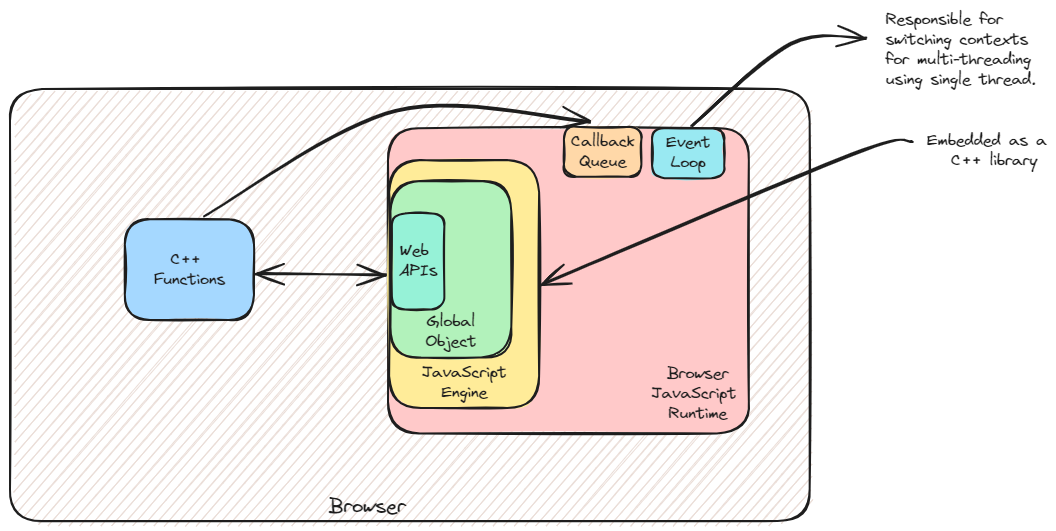
swaroopar/inprogress-engineer keeps this Excalidraw diagram as static/img/javascript-runtime.excalidraw.png. Above is the earlier version. Source tidied: one line per element, renumbered; positions are measured from the earlier drawing's top-left corner, leaving out a move shared by most shapes. Its diagram source:
```json
{"id": 0, "type": "rectangle", "strokeColor": "#1e1e1e", "backgroundColor": "#eaddd7", "fillStyle": "hachure", "strokeWidth": 2, "roughness": 1, "round": true, "x": 0, "y": 79, "width": 800, "height": 432}
{"id": 1, "type": "text", "text": "Browser", "strokeColor": "#1e1e1e", "strokeWidth": 2, "roughness": 1, "fontSize": 20, "fontFamily": 1, "x": 319, "y": 484, "width": 77, "height": 25}
{"id": 2, "type": "rectangle", "strokeColor": "#1e1e1e", "backgroundColor": "#ffc9c9", "fillStyle": "solid", "strokeWidth": 2, "roughness": 1, "round": true, "x": 378, "y": 118, "width": 361, "height": 305}
{"id": 3, "type": "text", "text": "Embedded as a\n   C++ library", "strokeColor": "#1e1e1e", "backgroundColor": "#ffc9c9", "fillStyle": "solid", "strokeWidth": 2, "roughness": 1, "fontSize": 16, "fontFamily": 1, "x": 917, "y": 121, "width": 120, "height": 40}
{"id": 4, "type": "arrow", "strokeColor": "#1e1e1e", "backgroundColor": "#ffc9c9", "fillStyle": "solid", "strokeWidth": 2, "roughness": 1, "endArrowhead": "arrow", "round": true, "from": 3, "to": 5, "x": 902, "y": 132, "width": 369, "height": 142, "points": [[0, 0], [-59, 13], [-369, 142]]}
{"id": 5, "type": "rectangle", "strokeColor": "#1e1e1e", "backgroundColor": "#ffec99", "fillStyle": "solid", "strokeWidth": 2, "roughness": 1, "round": true, "x": 379, "y": 150, "width": 150, "height": 248}
{"id": 6, "type": "text", "text": "JavaScript\nEngine", "strokeColor": "#1e1e1e", "backgroundColor": "#a5d8ff", "fillStyle": "solid", "strokeWidth": 2, "roughness": 1, "fontSize": 16, "fontFamily": 1, "textAlign": "center", "verticalAlign": "bottom", "inside": 5, "x": 412, "y": 353, "width": 85, "height": 40}
{"id": 7, "type": "rectangle", "strokeColor": "#1e1e1e", "backgroundColor": "#a5d8ff", "fillStyle": "solid", "strokeWidth": 2, "roughness": 1, "round": true, "x": 115, "y": 209, "width": 129, "height": 101}
{"id": 8, "type": "text", "text": "C++ \nFunctions", "strokeColor": "#1e1e1e", "backgroundColor": "#a5d8ff", "fillStyle": "solid", "strokeWidth": 2, "roughness": 1, "fontSize": 16, "fontFamily": 1, "textAlign": "center", "verticalAlign": "middle", "inside": 7, "x": 144, "y": 240, "width": 71, "height": 40}
{"id": 9, "type": "arrow", "strokeColor": "#1e1e1e", "backgroundColor": "#a5d8ff", "fillStyle": "solid", "strokeWidth": 2, "roughness": 1, "startArrowhead": "arrow", "endArrowhead": "arrow", "round": true, "from": 7, "to": 12, "x": 246, "y": 264, "width": 129, "height": 0, "points": [[0, 0], [129, 0]]}
{"id": 10, "type": "rectangle", "strokeColor": "#1e1e1e", "backgroundColor": "#b2f2bb", "fillStyle": "solid", "strokeWidth": 2, "roughness": 1, "round": true, "x": 380, "y": 171, "width": 121, "height": 176}
{"id": 11, "type": "text", "text": "Global\nObject", "strokeColor": "#1e1e1e", "backgroundColor": "#b2f2bb", "fillStyle": "solid", "strokeWidth": 2, "roughness": 1, "fontSize": 16, "fontFamily": 1, "textAlign": "center", "verticalAlign": "bottom", "inside": 10, "x": 415, "y": 302, "width": 51, "height": 40}
{"id": 12, "type": "rectangle", "strokeColor": "#1e1e1e", "backgroundColor": "#96f2d7", "fillStyle": "solid", "strokeWidth": 2, "roughness": 1, "round": true, "x": 382, "y": 203, "width": 52, "height": 96}
{"id": 13, "type": "text", "text": "Web \nAPIs", "strokeColor": "#1e1e1e", "strokeWidth": 2, "roughness": 1, "fontSize": 16, "fontFamily": 1, "textAlign": "center", "verticalAlign": "middle", "inside": 12, "x": 389, "y": 231, "width": 38, "height": 40}
{"id": 14, "type": "rectangle", "strokeColor": "#1e1e1e", "backgroundColor": "#ffd8a8", "fillStyle": "solid", "strokeWidth": 2, "roughness": 1, "round": true, "x": 554, "y": 117, "width": 78, "height": 50}
{"id": 15, "type": "text", "text": "Callback\nQueue", "strokeColor": "#1e1e1e", "strokeWidth": 2, "roughness": 1, "fontSize": 16, "fontFamily": 1, "textAlign": "center", "verticalAlign": "middle", "inside": 14, "x": 561, "y": 122, "width": 64, "height": 40}
{"id": 16, "type": "arrow", "strokeColor": "#1e1e1e", "backgroundColor": "#ffd8a8", "fillStyle": "solid", "strokeWidth": 2, "roughness": 1, "endArrowhead": "arrow", "round": true, "from": 7, "to": 14, "x": 195, "y": 202, "width": 384, "height": 106, "points": [[0, 4], [191, -102], [384, -91]]}
{"id": 17, "type": "rectangle", "strokeColor": "#1e1e1e", "backgroundColor": "#99e9f2", "fillStyle": "solid", "strokeWidth": 2, "roughness": 1, "round": true, "x": 642, "y": 118, "width": 72, "height": 50}
{"id": 18, "type": "text", "text": "Event\nLoop", "strokeColor": "#1e1e1e", "backgroundColor": "#99e9f2", "fillStyle": "solid", "strokeWidth": 2, "roughness": 1, "fontSize": 16, "fontFamily": 1, "textAlign": "center", "verticalAlign": "middle", "inside": 17, "x": 656, "y": 123, "width": 44, "height": 40}
{"id": 19, "type": "text", "text": "Responsible for \nswitching contexts \nfor multi-threading \nusing single thread.", "strokeColor": "#1e1e1e", "backgroundColor": "#99e9f2", "fillStyle": "solid", "strokeWidth": 2, "roughness": 1, "fontSize": 16, "fontFamily": 1, "x": 875, "y": 0, "width": 153, "height": 80}
{"id": 20, "type": "arrow", "strokeColor": "#1e1e1e", "backgroundColor": "#99e9f2", "fillStyle": "solid", "strokeWidth": 2, "roughness": 1, "endArrowhead": "arrow", "round": true, "from": 17, "to": 19, "x": 682, "y": 115, "width": 175, "height": 87, "points": [[0, 0], [100, -81], [175, -87]]}
{"id": 21, "type": "text", "text": "Browser\nJavaScript \nRuntime", "strokeColor": "#1e1e1e", "backgroundColor": "#99e9f2", "fillStyle": "solid", "strokeWidth": 2, "roughness": 1, "fontSize": 16, "fontFamily": 1, "textAlign": "center", "x": 641, "y": 354, "width": 93, "height": 60}
```
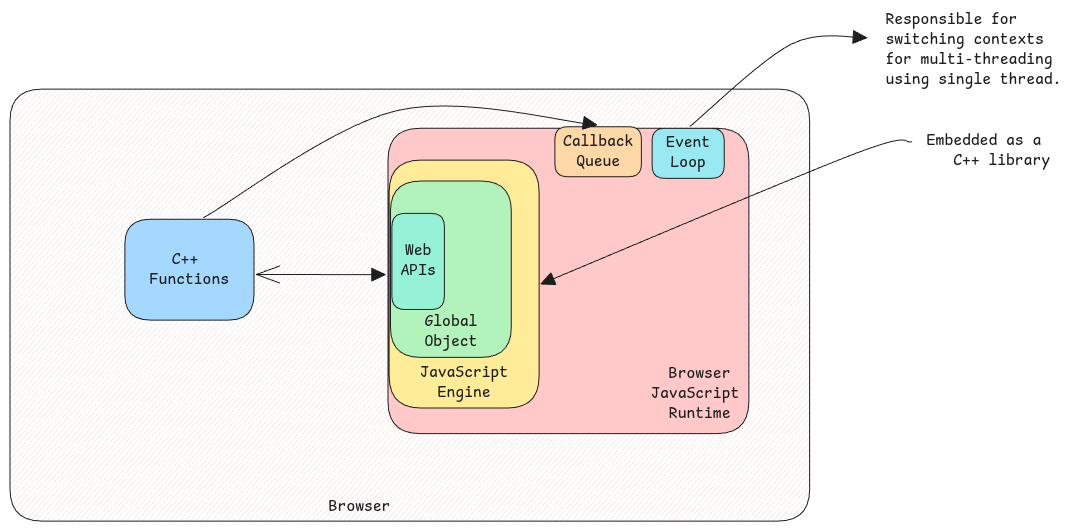
The same diagram one commit later.

Change to the diagram source:
```diff
@@ -1,22 +1,22 @@
-{"id": 0, "type": "rectangle", "strokeColor": "#1e1e1e", "backgroundColor": "#eaddd7", "fillStyle": "hachure", "strokeWidth": 2, "roughness": 1, "round": true, "x": 0, "y": 79, "width": 800, "height": 432}
+{"id": 0, "type": "rectangle", "strokeColor": "#1e1e1e", "backgroundColor": "#eaddd7", "fillStyle": "hachure", "strokeWidth": 1, "roughness": 0, "round": true, "x": 0, "y": 79, "width": 800, "height": 432}
-{"id": 1, "type": "text", "text": "Browser", "strokeColor": "#1e1e1e", "strokeWidth": 2, "roughness": 1, "fontSize": 20, "fontFamily": 1, "x": 319, "y": 484, "width": 77, "height": 25}
+{"id": 1, "type": "text", "text": "Browser", "strokeColor": "#1e1e1e", "strokeWidth": 1, "roughness": 0, "fontSize": 16, "fontFamily": 8, "x": 319, "y": 487, "width": 62, "height": 20}
-{"id": 2, "type": "rectangle", "strokeColor": "#1e1e1e", "backgroundColor": "#ffc9c9", "fillStyle": "solid", "strokeWidth": 2, "roughness": 1, "round": true, "x": 378, "y": 118, "width": 361, "height": 305}
+{"id": 2, "type": "rectangle", "strokeColor": "#1e1e1e", "backgroundColor": "#ffc9c9", "fillStyle": "solid", "strokeWidth": 1, "roughness": 0, "round": true, "x": 378, "y": 118, "width": 361, "height": 305}
-{"id": 3, "type": "text", "text": "Embedded as a\n   C++ library", "strokeColor": "#1e1e1e", "backgroundColor": "#ffc9c9", "fillStyle": "solid", "strokeWidth": 2, "roughness": 1, "fontSize": 16, "fontFamily": 1, "x": 917, "y": 121, "width": 120, "height": 40}
+{"id": 3, "type": "text", "text": "Embedded as a\n   C++ library", "strokeColor": "#1e1e1e", "backgroundColor": "#ffc9c9", "fillStyle": "solid", "strokeWidth": 1, "roughness": 0, "fontSize": 16, "fontFamily": 8, "x": 917, "y": 121, "width": 123, "height": 40}
-{"id": 4, "type": "arrow", "strokeColor": "#1e1e1e", "backgroundColor": "#ffc9c9", "fillStyle": "solid", "strokeWidth": 2, "roughness": 1, "endArrowhead": "arrow", "round": true, "from": 3, "to": 5, "x": 902, "y": 132, "width": 369, "height": 142, "points": [[0, 0], [-59, 13], [-369, 142]]}
+{"id": 4, "type": "arrow", "strokeColor": "#1e1e1e", "backgroundColor": "#ffc9c9", "fillStyle": "solid", "strokeWidth": 1, "roughness": 0, "endArrowhead": "triangle", "round": true, "from": 3, "to": 5, "x": 902, "y": 132, "width": 371, "height": 142, "points": [[0, 0], [-59, 13], [-371, 142]]}
-{"id": 5, "type": "rectangle", "strokeColor": "#1e1e1e", "backgroundColor": "#ffec99", "fillStyle": "solid", "strokeWidth": 2, "roughness": 1, "round": true, "x": 379, "y": 150, "width": 150, "height": 248}
+{"id": 5, "type": "rectangle", "strokeColor": "#1e1e1e", "backgroundColor": "#ffec99", "fillStyle": "solid", "strokeWidth": 1, "roughness": 0, "round": true, "x": 379, "y": 150, "width": 150, "height": 248}
-{"id": 6, "type": "text", "text": "JavaScript\nEngine", "strokeColor": "#1e1e1e", "backgroundColor": "#a5d8ff", "fillStyle": "solid", "strokeWidth": 2, "roughness": 1, "fontSize": 16, "fontFamily": 1, "textAlign": "center", "verticalAlign": "bottom", "inside": 5, "x": 412, "y": 353, "width": 85, "height": 40}
+{"id": 6, "type": "text", "text": "JavaScript\nEngine", "strokeColor": "#1e1e1e", "backgroundColor": "#a5d8ff", "fillStyle": "solid", "strokeWidth": 2, "roughness": 1, "fontSize": 16, "fontFamily": 8, "textAlign": "center", "verticalAlign": "bottom", "inside": 5, "x": 410, "y": 353, "width": 88, "height": 40}
-{"id": 7, "type": "rectangle", "strokeColor": "#1e1e1e", "backgroundColor": "#a5d8ff", "fillStyle": "solid", "strokeWidth": 2, "roughness": 1, "round": true, "x": 115, "y": 209, "width": 129, "height": 101}
+{"id": 7, "type": "rectangle", "strokeColor": "#1e1e1e", "backgroundColor": "#a5d8ff", "fillStyle": "solid", "strokeWidth": 1, "roughness": 0, "round": true, "x": 115, "y": 209, "width": 129, "height": 101}
-{"id": 8, "type": "text", "text": "C++ \nFunctions", "strokeColor": "#1e1e1e", "backgroundColor": "#a5d8ff", "fillStyle": "solid", "strokeWidth": 2, "roughness": 1, "fontSize": 16, "fontFamily": 1, "textAlign": "center", "verticalAlign": "middle", "inside": 7, "x": 144, "y": 240, "width": 71, "height": 40}
+{"id": 8, "type": "text", "text": "C++ \nFunctions", "strokeColor": "#1e1e1e", "backgroundColor": "#a5d8ff", "fillStyle": "solid", "strokeWidth": 2, "roughness": 1, "fontSize": 16, "fontFamily": 8, "textAlign": "center", "verticalAlign": "middle", "inside": 7, "x": 140, "y": 240, "width": 79, "height": 40}
-{"id": 9, "type": "arrow", "strokeColor": "#1e1e1e", "backgroundColor": "#a5d8ff", "fillStyle": "solid", "strokeWidth": 2, "roughness": 1, "startArrowhead": "arrow", "endArrowhead": "arrow", "round": true, "from": 7, "to": 12, "x": 246, "y": 264, "width": 129, "height": 0, "points": [[0, 0], [129, 0]]}
+{"id": 9, "type": "arrow", "strokeColor": "#1e1e1e", "backgroundColor": "#a5d8ff", "fillStyle": "solid", "strokeWidth": 1, "roughness": 0, "startArrowhead": "arrow", "endArrowhead": "triangle", "round": true, "from": 7, "to": 12, "x": 246, "y": 264, "width": 129, "height": 0, "points": [[0, 0], [129, 0]]}
-{"id": 10, "type": "rectangle", "strokeColor": "#1e1e1e", "backgroundColor": "#b2f2bb", "fillStyle": "solid", "strokeWidth": 2, "roughness": 1, "round": true, "x": 380, "y": 171, "width": 121, "height": 176}
+{"id": 10, "type": "rectangle", "strokeColor": "#1e1e1e", "backgroundColor": "#b2f2bb", "fillStyle": "solid", "strokeWidth": 1, "roughness": 0, "round": true, "x": 380, "y": 171, "width": 121, "height": 176}
-{"id": 11, "type": "text", "text": "Global\nObject", "strokeColor": "#1e1e1e", "backgroundColor": "#b2f2bb", "fillStyle": "solid", "strokeWidth": 2, "roughness": 1, "fontSize": 16, "fontFamily": 1, "textAlign": "center", "verticalAlign": "bottom", "inside": 10, "x": 415, "y": 302, "width": 51, "height": 40}
+{"id": 11, "type": "text", "text": "Global\nObject", "strokeColor": "#1e1e1e", "backgroundColor": "#b2f2bb", "fillStyle": "solid", "strokeWidth": 2, "roughness": 1, "fontSize": 16, "fontFamily": 8, "textAlign": "center", "verticalAlign": "bottom", "inside": 10, "x": 414, "y": 302, "width": 53, "height": 40}
-{"id": 12, "type": "rectangle", "strokeColor": "#1e1e1e", "backgroundColor": "#96f2d7", "fillStyle": "solid", "strokeWidth": 2, "roughness": 1, "round": true, "x": 382, "y": 203, "width": 52, "height": 96}
+{"id": 12, "type": "rectangle", "strokeColor": "#1e1e1e", "backgroundColor": "#96f2d7", "fillStyle": "solid", "strokeWidth": 1, "roughness": 0, "round": true, "x": 382, "y": 203, "width": 52, "height": 96}
-{"id": 13, "type": "text", "text": "Web \nAPIs", "strokeColor": "#1e1e1e", "strokeWidth": 2, "roughness": 1, "fontSize": 16, "fontFamily": 1, "textAlign": "center", "verticalAlign": "middle", "inside": 12, "x": 389, "y": 231, "width": 38, "height": 40}
+{"id": 13, "type": "text", "text": "Web\nAPIs", "strokeColor": "#1e1e1e", "strokeWidth": 2, "roughness": 1, "fontSize": 16, "fontFamily": 8, "textAlign": "center", "verticalAlign": "middle", "inside": 12, "x": 391, "y": 231, "width": 35, "height": 40}
-{"id": 14, "type": "rectangle", "strokeColor": "#1e1e1e", "backgroundColor": "#ffd8a8", "fillStyle": "solid", "strokeWidth": 2, "roughness": 1, "round": true, "x": 554, "y": 117, "width": 78, "height": 50}
+{"id": 14, "type": "rectangle", "strokeColor": "#1e1e1e", "backgroundColor": "#ffd8a8", "fillStyle": "solid", "strokeWidth": 1, "roughness": 0, "round": true, "x": 545, "y": 117, "width": 86, "height": 50}
-{"id": 15, "type": "text", "text": "Callback\nQueue", "strokeColor": "#1e1e1e", "strokeWidth": 2, "roughness": 1, "fontSize": 16, "fontFamily": 1, "textAlign": "center", "verticalAlign": "middle", "inside": 14, "x": 561, "y": 122, "width": 64, "height": 40}
+{"id": 15, "type": "text", "text": "Callback\nQueue", "strokeColor": "#1e1e1e", "strokeWidth": 2, "roughness": 1, "fontSize": 16, "fontFamily": 8, "textAlign": "center", "verticalAlign": "middle", "inside": 14, "x": 553, "y": 122, "width": 70, "height": 40}
-{"id": 16, "type": "arrow", "strokeColor": "#1e1e1e", "backgroundColor": "#ffd8a8", "fillStyle": "solid", "strokeWidth": 2, "roughness": 1, "endArrowhead": "arrow", "round": true, "from": 7, "to": 14, "x": 195, "y": 202, "width": 384, "height": 106, "points": [[0, 4], [191, -102], [384, -91]]}
+{"id": 16, "type": "arrow", "strokeColor": "#1e1e1e", "backgroundColor": "#ffd8a8", "fillStyle": "solid", "strokeWidth": 1, "roughness": 0, "endArrowhead": "triangle", "round": true, "from": 7, "to": 14, "x": 193, "y": 208, "width": 393, "height": 107, "points": [[0, 0], [193, -107], [393, -93]]}
-{"id": 17, "type": "rectangle", "strokeColor": "#1e1e1e", "backgroundColor": "#99e9f2", "fillStyle": "solid", "strokeWidth": 2, "roughness": 1, "round": true, "x": 642, "y": 118, "width": 72, "height": 50}
+{"id": 17, "type": "rectangle", "strokeColor": "#1e1e1e", "backgroundColor": "#99e9f2", "fillStyle": "solid", "strokeWidth": 1, "roughness": 0, "round": true, "x": 642, "y": 118, "width": 72, "height": 50}
-{"id": 18, "type": "text", "text": "Event\nLoop", "strokeColor": "#1e1e1e", "backgroundColor": "#99e9f2", "fillStyle": "solid", "strokeWidth": 2, "roughness": 1, "fontSize": 16, "fontFamily": 1, "textAlign": "center", "verticalAlign": "middle", "inside": 17, "x": 656, "y": 123, "width": 44, "height": 40}
+{"id": 18, "type": "text", "text": "Event\nLoop", "strokeColor": "#1e1e1e", "backgroundColor": "#99e9f2", "fillStyle": "solid", "strokeWidth": 2, "roughness": 1, "fontSize": 16, "fontFamily": 8, "textAlign": "center", "verticalAlign": "middle", "inside": 17, "x": 656, "y": 123, "width": 44, "height": 40}
-{"id": 19, "type": "text", "text": "Responsible for \nswitching contexts \nfor multi-threading \nusing single thread.", "strokeColor": "#1e1e1e", "backgroundColor": "#99e9f2", "fillStyle": "solid", "strokeWidth": 2, "roughness": 1, "fontSize": 16, "fontFamily": 1, "x": 875, "y": 0, "width": 153, "height": 80}
+{"id": 19, "type": "text", "text": "Responsible for \nswitching contexts \nfor multi-threading \nusing single thread.", "strokeColor": "#1e1e1e", "backgroundColor": "#99e9f2", "fillStyle": "solid", "strokeWidth": 1, "roughness": 0, "fontSize": 16, "fontFamily": 8, "x": 875, "y": 0, "width": 176, "height": 80}
-{"id": 20, "type": "arrow", "strokeColor": "#1e1e1e", "backgroundColor": "#99e9f2", "fillStyle": "solid", "strokeWidth": 2, "roughness": 1, "endArrowhead": "arrow", "round": true, "from": 17, "to": 19, "x": 682, "y": 115, "width": 175, "height": 87, "points": [[0, 0], [100, -81], [175, -87]]}
+{"id": 20, "type": "arrow", "strokeColor": "#1e1e1e", "backgroundColor": "#99e9f2", "fillStyle": "solid", "strokeWidth": 1, "roughness": 0, "endArrowhead": "triangle", "round": true, "from": 17, "to": 19, "x": 680, "y": 116, "width": 177, "height": 89, "points": [[0, 0], [101, -82], [177, -89]]}
-{"id": 21, "type": "text", "text": "Browser\nJavaScript \nRuntime", "strokeColor": "#1e1e1e", "backgroundColor": "#99e9f2", "fillStyle": "solid", "strokeWidth": 2, "roughness": 1, "fontSize": 16, "fontFamily": 1, "textAlign": "center", "x": 641, "y": 354, "width": 93, "height": 60}
+{"id": 21, "type": "text", "text": "Browser\nJavaScript \nRuntime", "strokeColor": "#1e1e1e", "backgroundColor": "#99e9f2", "fillStyle": "solid", "strokeWidth": 1, "roughness": 0, "fontSize": 16, "fontFamily": 8, "textAlign": "center", "x": 641, "y": 354, "width": 97, "height": 60}
```
